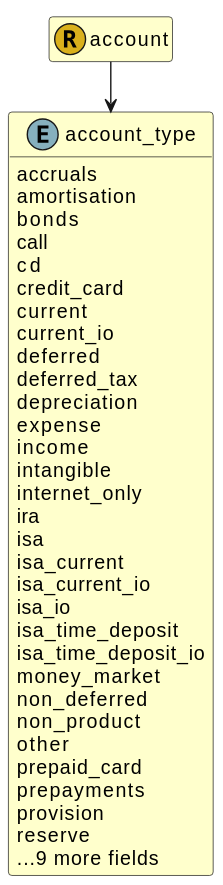
The PlantUML diagram images/fire.model.account_type.svg in Schemarise/demo-alfa-with-fire-json-model, before a commit. Source of this version:
```plantuml
@startuml
!pragma layout smetana

skinparam ClassBackgroundColor #BUSINESS
hide empty methods
hide empty fields
skinparam backgroundColor transparent
set namespaceSeparator none




class account_type << (E,86B0BE) >> {

  accruals
  amortisation
  bonds
  call
  cd
  credit_card
  current
  current_io
  deferred
  deferred_tax
  depreciation
  expense
  income
  intangible
  internet_only
  ira
  isa
  isa_current
  isa_current_io
  isa_io
  isa_time_deposit
  isa_time_deposit_io
  money_market
  non_deferred
  non_product
  other
  prepaid_card
  prepayments
  provision
  reserve
  ...9 more fields




}

class account << (R,D9B01C) >> {





}

account --> account_type

@enduml
```
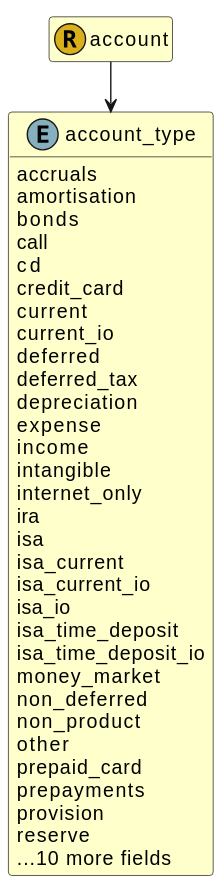
Later version of the same file.

What changed in the source:
```diff
@@ -42,7 +42,7 @@
   prepayments
   provision
   reserve
-  ...9 more fields
+  ...10 more fields
 
 
 
```
